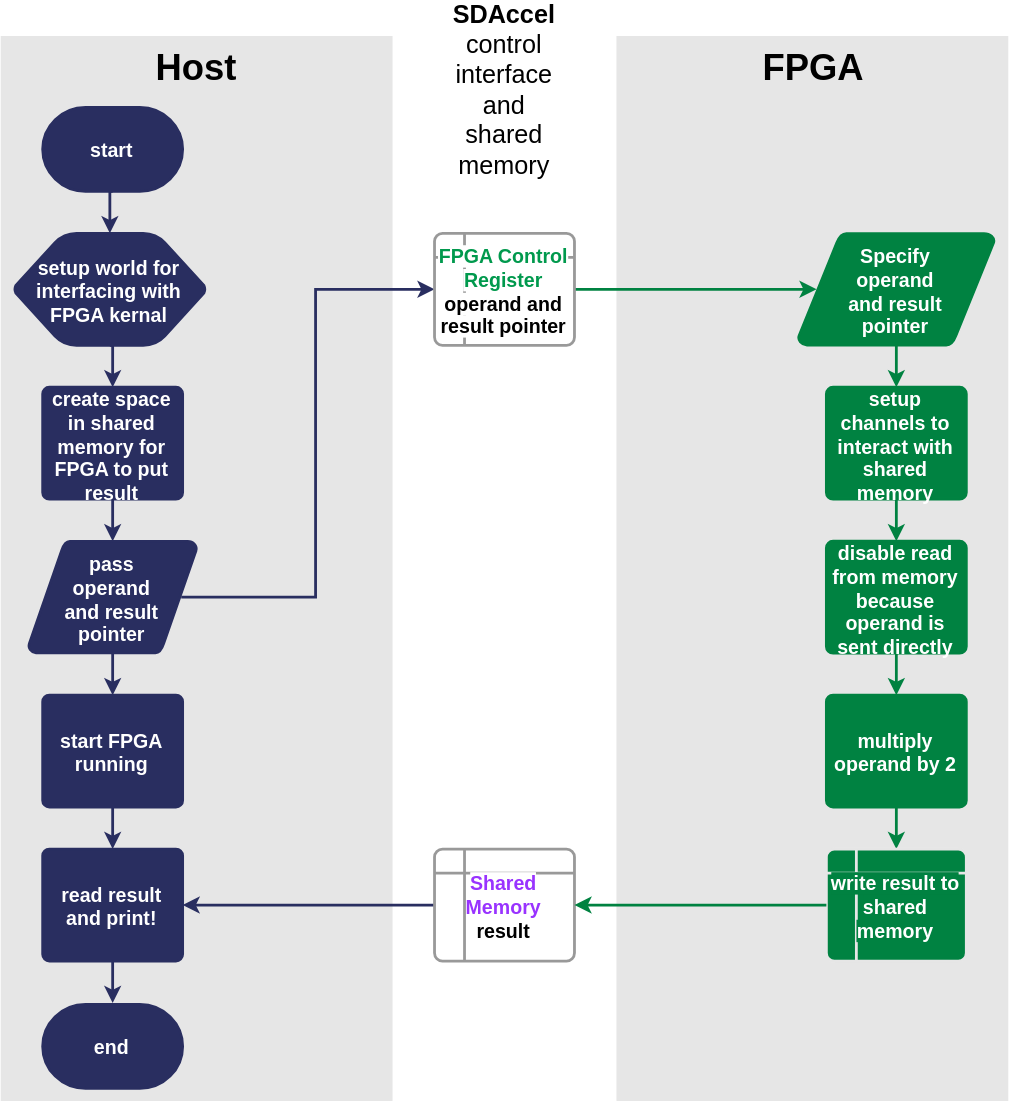
This is docs/source/images/StructureDiagram1.svg from ReconfigureIO/UX, a draw.io export, as it was before one commit. Source tidied: cells renumbered, new cells last; positions are measured from the earlier drawing's top-left corner, leaving out a move shared by most shapes.
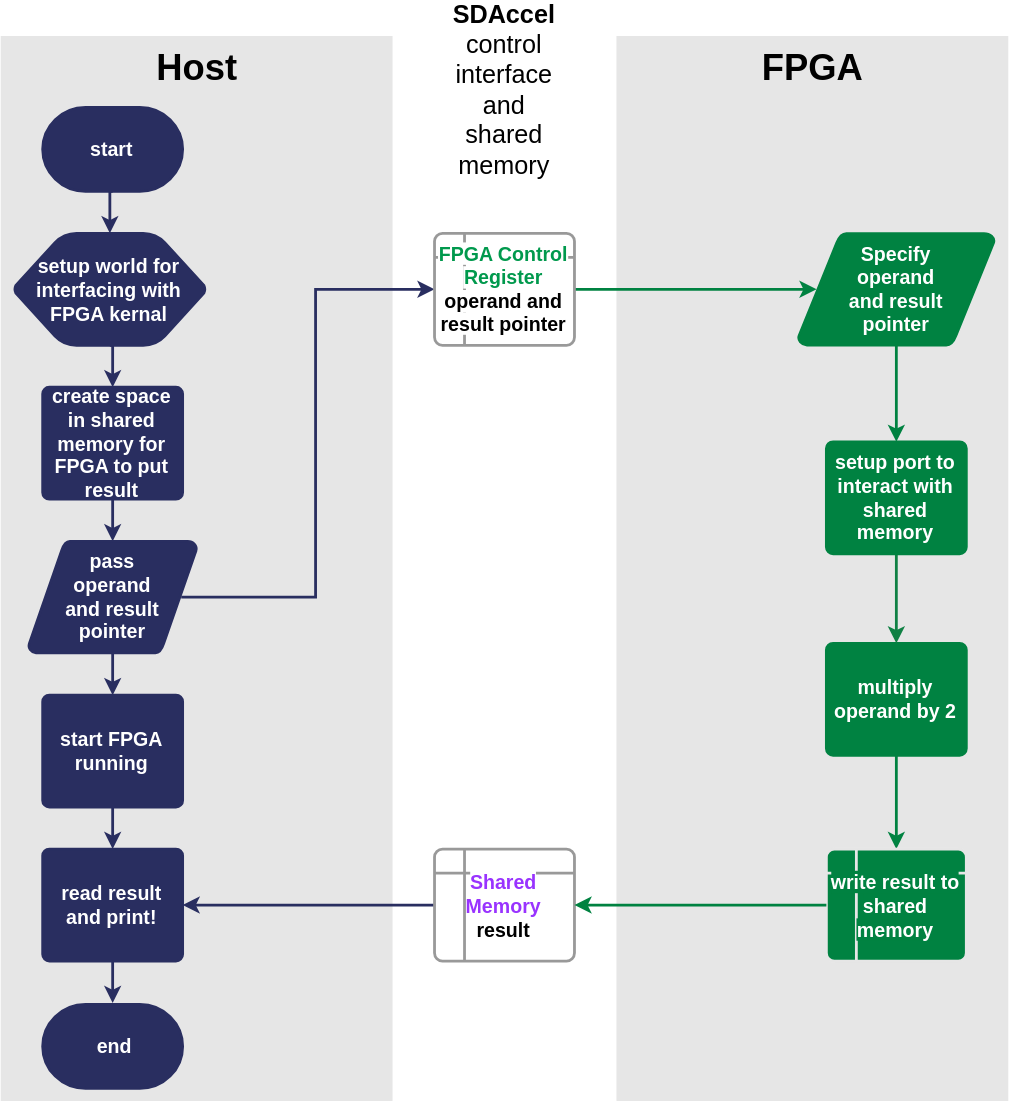
After the commit.

The edit, as a diff of the source:
```diff
@@ -62,7 +62,7 @@
       <mxGeometry relative="1" as="geometry" />
     </mxCell>
     <mxCell id="21" value="&lt;font color=&quot;#ffffff&quot;&gt;&lt;span style=&quot;font-size: 14px&quot;&gt;&lt;b&gt;multiply operand by 2&lt;/b&gt;&lt;/span&gt;&lt;/font&gt;" style="strokeWidth=2;html=1;shape=mxgraph.flowchart.process;whiteSpace=wrap;strokeColor=#008241;fillColor=#008241;" parent="1" vertex="1">
-      <mxGeometry x="590" y="471" width="100" height="80" as="geometry" />
+      <mxGeometry x="590" y="434" width="100" height="80" as="geometry" />
     </mxCell>
     <mxCell id="22" style="edgeStyle=orthogonalEdgeStyle;rounded=0;comic=0;html=1;exitX=0;exitY=0.5;exitPerimeter=0;entryX=1;entryY=0.5;entryPerimeter=0;jettySize=auto;strokeColor=#292E60;strokeWidth=2;" parent="1" edge="1" source="33" target="19">
       <mxGeometry relative="1" as="geometry" />
@@ -76,18 +76,12 @@
     <mxCell id="25" value="&lt;div&gt;&lt;b style=&quot;font-size: 14px ; background-color: rgb(255 , 255 , 255)&quot;&gt;&lt;font color=&quot;#00994d&quot;&gt;FPGA Control Register&lt;/font&gt;&lt;/b&gt;&lt;/div&gt;&lt;div&gt;&lt;b style=&quot;font-size: 14px ; background-color: rgb(255 , 255 , 255)&quot;&gt;operand and result pointer&lt;/b&gt;&lt;/div&gt;" style="strokeWidth=2;html=1;shape=mxgraph.flowchart.internal_storage;whiteSpace=wrap;strokeColor=#999999;fillColor=#FFFFFF;" parent="1" vertex="1">
       <mxGeometry x="310" y="141" width="100" height="80" as="geometry" />
     </mxCell>
-    <mxCell id="26" style="edgeStyle=orthogonalEdgeStyle;rounded=0;comic=0;html=1;exitX=0.5;exitY=1;exitPerimeter=0;entryX=0.5;entryY=0;entryPerimeter=0;jettySize=auto;strokeColor=#008241;strokeWidth=2;" parent="1" edge="1" source="27" target="29">
-      <mxGeometry relative="1" as="geometry" />
-    </mxCell>
+    <mxCell id="35" style="edgeStyle=orthogonalEdgeStyle;rounded=0;html=1;exitX=0.5;exitY=1;exitPerimeter=0;entryX=0.5;entryY=0;entryPerimeter=0;jettySize=auto;strokeColor=#108144;strokeWidth=2;" parent="1" edge="1" source="27" target="21">
+      <mxGeometry relative="1" as="geometry" />
+    </mxCell>
-    <mxCell id="27" value="&lt;font style=&quot;font-size: 14px&quot; color=&quot;#ffffff&quot;&gt;&lt;b&gt;setup channels to interact with shared memory&lt;/b&gt;&lt;/font&gt;" style="strokeWidth=2;html=1;shape=mxgraph.flowchart.process;whiteSpace=wrap;strokeColor=#008241;fillColor=#008241;" parent="1" vertex="1">
-      <mxGeometry x="590" y="251" width="100" height="80" as="geometry" />
+    <mxCell id="27" value="&lt;font style=&quot;font-size: 14px&quot; color=&quot;#ffffff&quot;&gt;&lt;b&gt;setup port to interact with shared memory&lt;/b&gt;&lt;/font&gt;" style="strokeWidth=2;html=1;shape=mxgraph.flowchart.process;whiteSpace=wrap;strokeColor=#008241;fillColor=#008241;" parent="1" vertex="1">
+      <mxGeometry x="590" y="290" width="100" height="80" as="geometry" />
     </mxCell>
-    <mxCell id="28" style="edgeStyle=orthogonalEdgeStyle;rounded=0;comic=0;html=1;exitX=0.5;exitY=1;exitPerimeter=0;entryX=0.5;entryY=0;entryPerimeter=0;jettySize=auto;strokeColor=#008241;strokeWidth=2;" parent="1" edge="1" source="29" target="21">
-      <mxGeometry relative="1" as="geometry" />
-    </mxCell>
-    <mxCell id="29" value="&lt;font style=&quot;font-size: 14px&quot; color=&quot;#ffffff&quot;&gt;&lt;b&gt;disable read from memory because operand is sent directly&lt;/b&gt;&lt;/font&gt;" style="strokeWidth=2;html=1;shape=mxgraph.flowchart.process;whiteSpace=wrap;strokeColor=#008241;fillColor=#008241;" parent="1" vertex="1">
-      <mxGeometry x="590" y="361" width="100" height="80" as="geometry" />
-    </mxCell>
     <mxCell id="30" style="edgeStyle=orthogonalEdgeStyle;rounded=0;comic=0;html=1;exitX=0.5;exitY=1;exitPerimeter=0;entryX=0.5;entryY=0;entryPerimeter=0;jettySize=auto;strokeColor=#008241;strokeWidth=2;" parent="1" edge="1" source="31" target="27">
       <mxGeometry relative="1" as="geometry" />
     </mxCell>
```
